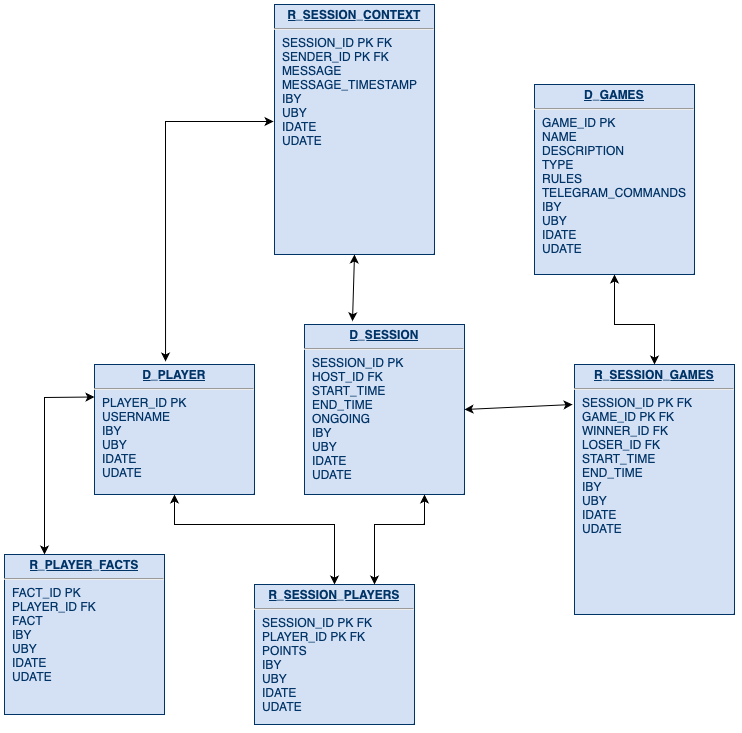
This is TgGameBotDataModel.png from paukkroa/TelegramGameMasterBot, a draw.io export, as it was before one commit. Source tidied: cells renumbered, new cells last; positions are measured from the earlier drawing's top-left corner, leaving out a move shared by most shapes.
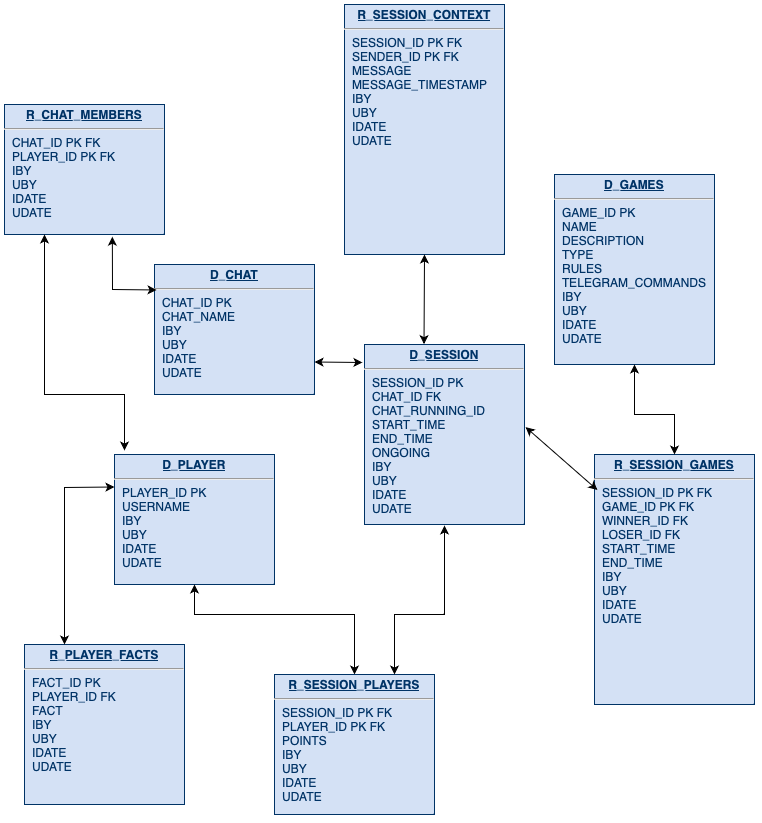
The same file after the commit.

What changed in the source:
```diff
@@ -8,8 +8,8 @@
     <mxCell id="3" value="&lt;p style=&quot;margin: 0px; margin-top: 4px; text-align: center; text-decoration: underline;&quot;&gt;&lt;b&gt;R_PLAYER_FACTS&lt;/b&gt;&lt;/p&gt;&lt;hr&gt;&lt;p style=&quot;margin: 0px; margin-left: 8px;&quot;&gt;FACT_ID PK&lt;/p&gt;&lt;p style=&quot;margin: 0px; margin-left: 8px;&quot;&gt;PLAYER_ID FK&lt;/p&gt;&lt;p style=&quot;margin: 0px; margin-left: 8px;&quot;&gt;FACT&lt;/p&gt;&lt;p style=&quot;font-size: 12.000001px; margin: 0px 0px 0px 8px;&quot;&gt;IBY&lt;/p&gt;&lt;p style=&quot;font-size: 12.000001px; margin: 0px 0px 0px 8px;&quot;&gt;UBY&lt;/p&gt;&lt;p style=&quot;margin: 0px; margin-left: 8px;&quot;&gt;IDATE&lt;/p&gt;&lt;p style=&quot;margin: 0px; margin-left: 8px;&quot;&gt;UDATE&lt;/p&gt;" style="verticalAlign=top;align=left;overflow=fill;fontSize=12;fontFamily=Helvetica;html=1;strokeColor=#003366;shadow=1;fillColor=#D4E1F5;fontColor=#003366;" parent="1" vertex="1">
       <mxGeometry y="550" width="160" height="160" as="geometry" />
     </mxCell>
-    <mxCell id="4" value="&lt;p style=&quot;margin: 0px; margin-top: 4px; text-align: center; text-decoration: underline;&quot;&gt;&lt;b&gt;D_SESSION&lt;/b&gt;&lt;/p&gt;&lt;hr&gt;&lt;p style=&quot;margin: 0px; margin-left: 8px;&quot;&gt;SESSION_ID&amp;nbsp;&lt;span style=&quot;white-space: pre;&quot;&gt;&lt;span style=&quot;white-space: pre;&quot;&gt;&lt;span style=&quot;white-space: pre;&quot;&gt;PK&lt;/span&gt;&lt;/span&gt;&lt;/span&gt;&lt;/p&gt;&lt;p style=&quot;margin: 0px; margin-left: 8px;&quot;&gt;HOST_ID FK&lt;/p&gt;&lt;p style=&quot;margin: 0px; margin-left: 8px;&quot;&gt;START_TIME&lt;/p&gt;&lt;p style=&quot;margin: 0px; margin-left: 8px;&quot;&gt;END_TIME&lt;/p&gt;&lt;p style=&quot;margin: 0px; margin-left: 8px;&quot;&gt;ONGOING&lt;/p&gt;&lt;p style=&quot;font-size: 12.000001px; margin: 0px 0px 0px 8px;&quot;&gt;IBY&lt;/p&gt;&lt;p style=&quot;font-size: 12.000001px; margin: 0px 0px 0px 8px;&quot;&gt;UBY&lt;/p&gt;&lt;p style=&quot;margin: 0px; margin-left: 8px;&quot;&gt;IDATE&lt;/p&gt;&lt;p style=&quot;margin: 0px; margin-left: 8px;&quot;&gt;UDATE&lt;/p&gt;" style="verticalAlign=top;align=left;overflow=fill;fontSize=12;fontFamily=Helvetica;html=1;strokeColor=#003366;shadow=1;fillColor=#D4E1F5;fontColor=#003366;" parent="1" vertex="1">
-      <mxGeometry x="300" y="320" width="160" height="170" as="geometry" />
+    <mxCell id="4" value="&lt;p style=&quot;margin: 0px; margin-top: 4px; text-align: center; text-decoration: underline;&quot;&gt;&lt;b&gt;D_SESSION&lt;/b&gt;&lt;/p&gt;&lt;hr&gt;&lt;p style=&quot;margin: 0px; margin-left: 8px;&quot;&gt;SESSION_ID&amp;nbsp;&lt;span style=&quot;white-space: pre;&quot;&gt;&lt;span style=&quot;white-space: pre;&quot;&gt;&lt;span style=&quot;white-space: pre;&quot;&gt;PK&lt;/span&gt;&lt;/span&gt;&lt;/span&gt;&lt;/p&gt;&lt;p style=&quot;margin: 0px; margin-left: 8px;&quot;&gt;CHAT_ID FK&lt;/p&gt;&lt;p style=&quot;margin: 0px; margin-left: 8px;&quot;&gt;CHAT_RUNNING_ID&amp;nbsp;&lt;/p&gt;&lt;p style=&quot;margin: 0px; margin-left: 8px;&quot;&gt;START_TIME&lt;/p&gt;&lt;p style=&quot;margin: 0px; margin-left: 8px;&quot;&gt;END_TIME&lt;/p&gt;&lt;p style=&quot;margin: 0px; margin-left: 8px;&quot;&gt;ONGOING&lt;/p&gt;&lt;p style=&quot;font-size: 12.000001px; margin: 0px 0px 0px 8px;&quot;&gt;IBY&lt;/p&gt;&lt;p style=&quot;font-size: 12.000001px; margin: 0px 0px 0px 8px;&quot;&gt;UBY&lt;/p&gt;&lt;p style=&quot;margin: 0px; margin-left: 8px;&quot;&gt;IDATE&lt;/p&gt;&lt;p style=&quot;margin: 0px; margin-left: 8px;&quot;&gt;UDATE&lt;/p&gt;" style="verticalAlign=top;align=left;overflow=fill;fontSize=12;fontFamily=Helvetica;html=1;strokeColor=#003366;shadow=1;fillColor=#D4E1F5;fontColor=#003366;" parent="1" vertex="1">
+      <mxGeometry x="340" y="250" width="160" height="180" as="geometry" />
     </mxCell>
     <mxCell id="5" value="&lt;p style=&quot;margin: 0px; margin-top: 4px; text-align: center; text-decoration: underline;&quot;&gt;&lt;b&gt;D_GAMES&lt;/b&gt;&lt;/p&gt;&lt;hr&gt;&lt;p style=&quot;margin: 0px; margin-left: 8px;&quot;&gt;GAME_ID&amp;nbsp;&lt;span style=&quot;white-space: pre;&quot;&gt;&lt;span style=&quot;white-space: pre;&quot;&gt;&lt;span style=&quot;white-space: pre;&quot;&gt;PK&lt;/span&gt;&lt;/span&gt;&lt;/span&gt;&lt;/p&gt;&lt;p style=&quot;margin: 0px; margin-left: 8px;&quot;&gt;NAME&lt;/p&gt;&lt;p style=&quot;margin: 0px; margin-left: 8px;&quot;&gt;DESCRIPTION&lt;/p&gt;&lt;p style=&quot;margin: 0px; margin-left: 8px;&quot;&gt;TYPE&lt;/p&gt;&lt;p style=&quot;margin: 0px; margin-left: 8px;&quot;&gt;RULES&lt;/p&gt;&lt;p style=&quot;margin: 0px; margin-left: 8px;&quot;&gt;TELEGRAM_COMMANDS&lt;/p&gt;&lt;p style=&quot;margin: 0px; margin-left: 8px;&quot;&gt;IBY&lt;/p&gt;&lt;p style=&quot;margin: 0px; margin-left: 8px;&quot;&gt;UBY&lt;/p&gt;&lt;p style=&quot;margin: 0px; margin-left: 8px;&quot;&gt;IDATE&lt;/p&gt;&lt;p style=&quot;margin: 0px; margin-left: 8px;&quot;&gt;UDATE&lt;/p&gt;" style="verticalAlign=top;align=left;overflow=fill;fontSize=12;fontFamily=Helvetica;html=1;strokeColor=#003366;shadow=1;fillColor=#D4E1F5;fontColor=#003366;" parent="1" vertex="1">
       <mxGeometry x="530" y="80" width="160" height="190" as="geometry" />
@@ -40,15 +40,16 @@
     <mxCell id="10" value="&lt;p style=&quot;margin: 0px; margin-top: 4px; text-align: center; text-decoration: underline;&quot;&gt;&lt;b&gt;R_SESSION_PLAYERS&lt;/b&gt;&lt;/p&gt;&lt;hr&gt;&lt;p style=&quot;margin: 0px; margin-left: 8px;&quot;&gt;SESSION_ID&amp;nbsp;&lt;span style=&quot;white-space: pre;&quot;&gt;&lt;span style=&quot;white-space: pre;&quot;&gt;&lt;span style=&quot;white-space: pre;&quot;&gt;PK FK&lt;/span&gt;&lt;/span&gt;&lt;/span&gt;&lt;/p&gt;&lt;p style=&quot;margin: 0px; margin-left: 8px;&quot;&gt;PLAYER_ID PK FK&lt;/p&gt;&lt;p style=&quot;margin: 0px; margin-left: 8px;&quot;&gt;POINTS&lt;/p&gt;&lt;p style=&quot;font-size: 12.000001px; margin: 0px 0px 0px 8px;&quot;&gt;IBY&lt;/p&gt;&lt;p style=&quot;font-size: 12.000001px; margin: 0px 0px 0px 8px;&quot;&gt;UBY&lt;/p&gt;&lt;p style=&quot;margin: 0px; margin-left: 8px;&quot;&gt;IDATE&lt;/p&gt;&lt;p style=&quot;margin: 0px; margin-left: 8px;&quot;&gt;UDATE&lt;/p&gt;" style="verticalAlign=top;align=left;overflow=fill;fontSize=12;fontFamily=Helvetica;html=1;strokeColor=#003366;shadow=1;fillColor=#D4E1F5;fontColor=#003366;" parent="1" vertex="1">
       <mxGeometry x="250" y="580" width="160" height="140" as="geometry" />
     </mxCell>
-    <mxCell id="11" style="endArrow=classic;startArrow=classic;html=1;rounded=0;entryX=0.75;entryY=1;entryDx=0;entryDy=0;exitX=0.75;exitY=0;exitDx=0;exitDy=0;" parent="1" edge="1" source="10" target="4">
+    <mxCell id="11" style="endArrow=classic;startArrow=classic;html=1;rounded=0;exitX=0.75;exitY=0;exitDx=0;exitDy=0;" parent="1" edge="1" source="10">
       <mxGeometry relative="1" as="geometry">
+        <mxPoint x="420" y="431" as="targetPoint" />
         <Array as="points">
           <mxPoint x="370" y="520" />
           <mxPoint x="420" y="520" />
         </Array>
       </mxGeometry>
     </mxCell>
-    <mxCell id="12" style="endArrow=classic;startArrow=classic;html=1;rounded=0;exitX=1;exitY=0.5;exitDx=0;exitDy=0;entryX=-0.012;entryY=0.16;entryDx=0;entryDy=0;entryPerimeter=0;" parent="1" edge="1" source="4" target="6">
+    <mxCell id="12" style="endArrow=classic;startArrow=classic;html=1;rounded=0;exitX=1.007;exitY=0.459;exitDx=0;exitDy=0;entryX=0.018;entryY=0.142;entryDx=0;entryDy=0;entryPerimeter=0;exitPerimeter=0;" parent="1" edge="1" source="4" target="6">
       <mxGeometry relative="1" as="geometry" />
     </mxCell>
     <mxCell id="13" style="endArrow=classic;startArrow=classic;html=1;rounded=0;entryX=0.5;entryY=0;entryDx=0;entryDy=0;exitX=0.5;exitY=1;exitDx=0;exitDy=0;" parent="1" edge="1" source="5" target="6">
@@ -60,17 +61,35 @@
       </mxGeometry>
     </mxCell>
     <mxCell id="14" value="&lt;p style=&quot;margin: 0px; margin-top: 4px; text-align: center; text-decoration: underline;&quot;&gt;&lt;b&gt;R_SESSION_CONTEXT&lt;/b&gt;&lt;/p&gt;&lt;hr&gt;&lt;p style=&quot;margin: 0px; margin-left: 8px;&quot;&gt;SESSION_ID&amp;nbsp;&lt;span style=&quot;white-space: pre;&quot;&gt;&lt;span style=&quot;white-space: pre;&quot;&gt;&lt;span style=&quot;white-space: pre;&quot;&gt;PK FK&lt;/span&gt;&lt;/span&gt;&lt;/span&gt;&lt;/p&gt;&lt;p style=&quot;margin: 0px; margin-left: 8px;&quot;&gt;SENDER_ID PK FK&lt;/p&gt;&lt;p style=&quot;margin: 0px; margin-left: 8px;&quot;&gt;MESSAGE&lt;/p&gt;&lt;p style=&quot;margin: 0px; margin-left: 8px;&quot;&gt;MESSAGE_TIMESTAMP&lt;/p&gt;&lt;p style=&quot;font-size: 12.000001px; margin: 0px 0px 0px 8px;&quot;&gt;IBY&lt;/p&gt;&lt;p style=&quot;font-size: 12.000001px; margin: 0px 0px 0px 8px;&quot;&gt;UBY&lt;/p&gt;&lt;p style=&quot;margin: 0px; margin-left: 8px;&quot;&gt;IDATE&lt;/p&gt;&lt;p style=&quot;margin: 0px; margin-left: 8px;&quot;&gt;UDATE&lt;/p&gt;" style="verticalAlign=top;align=left;overflow=fill;fontSize=12;fontFamily=Helvetica;html=1;strokeColor=#003366;shadow=1;fillColor=#D4E1F5;fontColor=#003366;" parent="1" vertex="1">
-      <mxGeometry x="270" width="160" height="250" as="geometry" />
+      <mxGeometry x="320" y="-90" width="160" height="250" as="geometry" />
     </mxCell>
-    <mxCell id="15" style="endArrow=classic;startArrow=classic;html=1;rounded=0;entryX=0.5;entryY=1;entryDx=0;entryDy=0;exitX=0.3;exitY=-0.019;exitDx=0;exitDy=0;exitPerimeter=0;" parent="1" edge="1" source="4" target="14">
+    <mxCell id="15" style="endArrow=classic;startArrow=classic;html=1;rounded=0;entryX=0.5;entryY=1;entryDx=0;entryDy=0;exitX=0.372;exitY=-0.002;exitDx=0;exitDy=0;exitPerimeter=0;" parent="1" edge="1" source="4" target="14">
       <mxGeometry relative="1" as="geometry" />
     </mxCell>
-    <mxCell id="16" style="endArrow=classic;startArrow=classic;html=1;rounded=0;exitX=0.444;exitY=-0.023;exitDx=0;exitDy=0;exitPerimeter=0;entryX=-0.006;entryY=0.468;entryDx=0;entryDy=0;entryPerimeter=0;" parent="1" edge="1" source="2" target="14">
-      <mxGeometry relative="1" as="geometry">
-        <Array as="points">
-          <mxPoint x="161" y="117" />
-        </Array>
-      </mxGeometry>
-    </mxCell>
+    <mxCell id="17" value="&lt;p style=&quot;margin: 0px; margin-top: 4px; text-align: center; text-decoration: underline;&quot;&gt;&lt;b&gt;D_CHAT&lt;/b&gt;&lt;/p&gt;&lt;hr&gt;&lt;p style=&quot;margin: 0px; margin-left: 8px;&quot;&gt;CHAT_ID &lt;span style=&quot;white-space: pre;&quot;&gt;&lt;span style=&quot;white-space: pre;&quot;&gt;&lt;span style=&quot;white-space: pre;&quot;&gt;PK&lt;/span&gt;&lt;/span&gt;&lt;/span&gt;&lt;/p&gt;&lt;p style=&quot;margin: 0px; margin-left: 8px;&quot;&gt;CHAT_NAME&lt;/p&gt;&lt;p style=&quot;font-size: 12.000001px; margin: 0px 0px 0px 8px;&quot;&gt;IBY&lt;/p&gt;&lt;p style=&quot;font-size: 12.000001px; margin: 0px 0px 0px 8px;&quot;&gt;UBY&lt;/p&gt;&lt;p style=&quot;margin: 0px; margin-left: 8px;&quot;&gt;IDATE&lt;/p&gt;&lt;p style=&quot;margin: 0px; margin-left: 8px;&quot;&gt;UDATE&lt;/p&gt;" style="verticalAlign=top;align=left;overflow=fill;fontSize=12;fontFamily=Helvetica;html=1;strokeColor=#003366;shadow=1;fillColor=#D4E1F5;fontColor=#003366;" parent="1" vertex="1">
+      <mxGeometry x="130" y="170" width="160" height="130" as="geometry" />
+    </mxCell>
+    <mxCell id="18" value="&lt;p style=&quot;margin: 0px; margin-top: 4px; text-align: center; text-decoration: underline;&quot;&gt;&lt;b&gt;R_CHAT_MEMBERS&lt;/b&gt;&lt;/p&gt;&lt;hr&gt;&lt;p style=&quot;margin: 0px; margin-left: 8px;&quot;&gt;CHAT_ID &lt;span style=&quot;white-space: pre;&quot;&gt;&lt;span style=&quot;white-space: pre;&quot;&gt;&lt;span style=&quot;white-space: pre;&quot;&gt;PK FK&lt;/span&gt;&lt;/span&gt;&lt;/span&gt;&lt;/p&gt;&lt;p style=&quot;margin: 0px; margin-left: 8px;&quot;&gt;&lt;span style=&quot;white-space: pre;&quot;&gt;&lt;span style=&quot;white-space: pre;&quot;&gt;&lt;span style=&quot;white-space: pre;&quot;&gt;PLAYER_ID PK FK&lt;/span&gt;&lt;/span&gt;&lt;/span&gt;&lt;/p&gt;&lt;p style=&quot;font-size: 12.000001px; margin: 0px 0px 0px 8px;&quot;&gt;IBY&lt;/p&gt;&lt;p style=&quot;font-size: 12.000001px; margin: 0px 0px 0px 8px;&quot;&gt;UBY&lt;/p&gt;&lt;p style=&quot;margin: 0px; margin-left: 8px;&quot;&gt;IDATE&lt;/p&gt;&lt;p style=&quot;margin: 0px; margin-left: 8px;&quot;&gt;UDATE&lt;/p&gt;" style="verticalAlign=top;align=left;overflow=fill;fontSize=12;fontFamily=Helvetica;html=1;strokeColor=#003366;shadow=1;fillColor=#D4E1F5;fontColor=#003366;" parent="1" vertex="1">
+      <mxGeometry x="-20" y="10" width="160" height="130" as="geometry" />
+    </mxCell>
+    <mxCell id="19" style="endArrow=classic;startArrow=classic;html=1;rounded=0;entryX=0.25;entryY=1;entryDx=0;entryDy=0;" parent="1" edge="1" target="18">
+      <mxGeometry relative="1" as="geometry">
+        <mxPoint x="100" y="356" as="sourcePoint" />
+        <Array as="points">
+          <mxPoint x="100" y="300" />
+          <mxPoint x="20" y="300" />
+        </Array>
+      </mxGeometry>
+    </mxCell>
+    <mxCell id="20" style="endArrow=classic;startArrow=classic;html=1;rounded=0;exitX=0.674;exitY=1.017;exitDx=0;exitDy=0;exitPerimeter=0;entryX=0.013;entryY=0.196;entryDx=0;entryDy=0;entryPerimeter=0;" parent="1" edge="1" source="18" target="17">
+      <mxGeometry relative="1" as="geometry">
+        <Array as="points">
+          <mxPoint x="88" y="195" />
+        </Array>
+      </mxGeometry>
+    </mxCell>
+    <mxCell id="21" style="endArrow=classic;startArrow=classic;html=1;rounded=0;exitX=1;exitY=0.75;exitDx=0;exitDy=0;entryX=-0.013;entryY=0.1;entryDx=0;entryDy=0;entryPerimeter=0;" parent="1" edge="1" source="17" target="4">
+      <mxGeometry relative="1" as="geometry" />
+    </mxCell>
   </root>
 </mxGraphModel>
```
